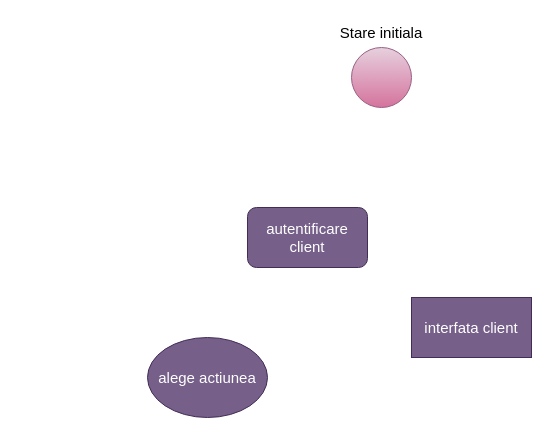
Before: diastare.drawio in deliasfetcu/proiect-blana-isp, a draw.io diagram. Source tidied: cells renumbered, new cells numbered last; positions are measured from the earlier drawing's top-left corner, leaving out a move shared by most shapes. Both pictures are drawn from the tidied source at 100%, with x=0, y=0 at pixel (147, 17).
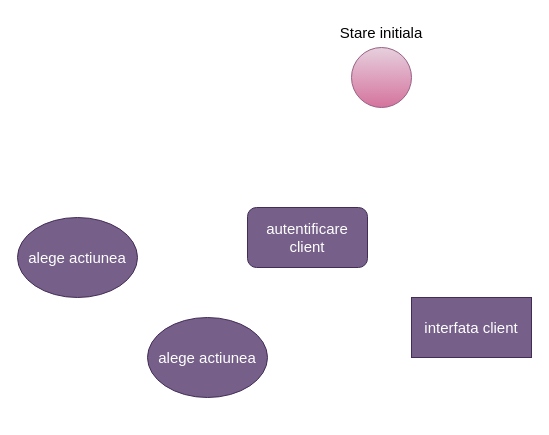
After the change.

Commit message:
modificare diagrama

Diff of the diagram source:
```diff
@@
 <mxGraphModel>
   <root>
     <mxCell id="0" />
     <mxCell id="1" parent="0" />
     <mxCell id="2" style="ellipse;whiteSpace=wrap;html=1;fillStyle=solid;strokeColor=#996185;fillColor=#e6d0de;gradientColor=#d5739d;" parent="1" vertex="1">
       <mxGeometry x="204" y="30" width="60" height="60" as="geometry" />
     </mxCell>
     <mxCell id="3" value="&lt;font style=&quot;font-size: 15px;&quot;&gt;Stare initiala&lt;/font&gt;" style="text;html=1;strokeColor=none;fillColor=none;align=center;verticalAlign=middle;whiteSpace=wrap;rounded=0;fillStyle=solid;" parent="1" vertex="1">
       <mxGeometry x="169" width="130" height="30" as="geometry" />
     </mxCell>
     <mxCell id="4" value="alege actiunea" style="ellipse;whiteSpace=wrap;html=1;fontSize=15;fillColor=#76608a;fontColor=#ffffff;strokeColor=#432D57;" parent="1" vertex="1">
-      <mxGeometry y="320" width="120" height="80" as="geometry" />
+      <mxGeometry y="300" width="120" height="80" as="geometry" />
     </mxCell>
     <mxCell id="5" value="autentificare client" style="rounded=1;whiteSpace=wrap;html=1;fontSize=15;fillColor=#76608a;strokeColor=#432D57;fontColor=#ffffff;" parent="1" vertex="1">
       <mxGeometry x="100" y="190" width="120" height="60" as="geometry" />
     </mxCell>
     <mxCell id="6" value="interfata client" style="rounded=0;whiteSpace=wrap;html=1;fontSize=15;fillColor=#76608a;fontColor=#ffffff;strokeColor=#432D57;" parent="1" vertex="1">
       <mxGeometry x="264" y="280" width="120" height="60" as="geometry" />
     </mxCell>
+    <mxCell id="7" value="alege actiunea" style="ellipse;whiteSpace=wrap;html=1;fontSize=15;fillColor=#76608a;fontColor=#ffffff;strokeColor=#432D57;" parent="1" vertex="1">
+      <mxGeometry x="-130" y="200" width="120" height="80" as="geometry" />
+    </mxCell>
   </root>
 </mxGraphModel>
```
